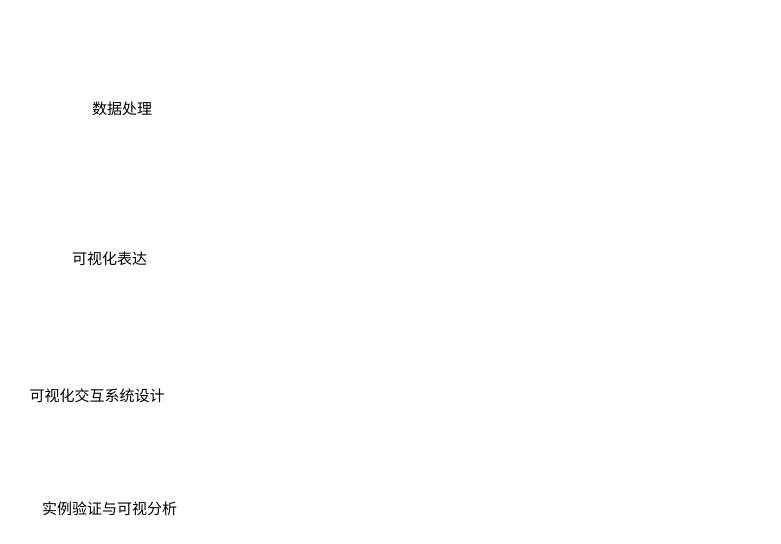
The draw.io diagram Papers/Untitled Diagram.drawio in susanteen/BIGChongloumengVIS, before the edit. Source tidied: cells renumbered, new cells numbered last; positions are measured from the earlier drawing's top-left corner, leaving out a move shared by most shapes. Both pictures are drawn from the tidied source at 125%, with x=0, y=0 at pixel (21, 96).
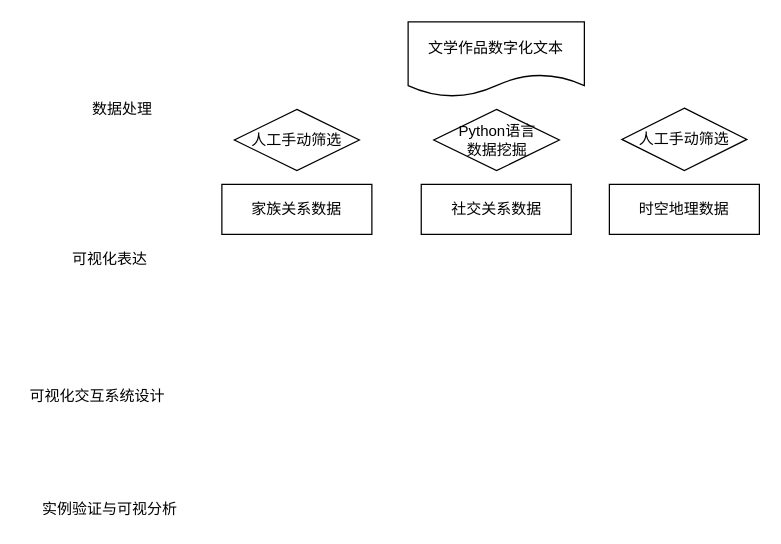
The same diagram, later.

Commit message:
Data processing

Diff of the diagram source:
```diff
@@
 <mxGraphModel>
   <root>
     <mxCell id="0" />
     <mxCell id="1" parent="0" />
     <mxCell id="2" value="数据处理" style="text;html=1;align=center;verticalAlign=middle;strokeColor=none;fillColor=none;" parent="1" vertex="1">
       <mxGeometry x="50" width="60" height="20" as="geometry" />
     </mxCell>
     <mxCell id="3" value="可视化表达" style="text;html=1;align=center;verticalAlign=middle;strokeColor=none;fillColor=none;" parent="1" vertex="1">
       <mxGeometry x="30" y="120" width="80" height="20" as="geometry" />
     </mxCell>
     <mxCell id="4" value="可视化交互系统设计" style="text;html=1;align=center;verticalAlign=middle;strokeColor=none;fillColor=none;" parent="1" vertex="1">
       <mxGeometry y="230" width="120" height="20" as="geometry" />
     </mxCell>
     <mxCell id="5" value="实例验证与可视分析" style="text;html=1;align=center;verticalAlign=middle;strokeColor=none;fillColor=none;" parent="1" vertex="1">
       <mxGeometry x="10" y="320" width="120" height="20" as="geometry" />
     </mxCell>
+    <mxCell id="6" value="文学作品数字化文本" style="shape=document;whiteSpace=wrap;html=1;boundedLbl=1;" parent="1" vertex="1">
+      <mxGeometry x="309" y="-60" width="141" height="60" as="geometry" />
+    </mxCell>
+    <mxCell id="7" value="社交关系数据" style="rounded=0;whiteSpace=wrap;html=1;" parent="1" vertex="1">
+      <mxGeometry x="319.5" y="70" width="120" height="40" as="geometry" />
+    </mxCell>
+    <mxCell id="8" value="家族关系数据" style="rounded=0;whiteSpace=wrap;html=1;" parent="1" vertex="1">
+      <mxGeometry x="160" y="70" width="120" height="40" as="geometry" />
+    </mxCell>
+    <mxCell id="9" value="时空地理数据" style="rounded=0;whiteSpace=wrap;html=1;" parent="1" vertex="1">
+      <mxGeometry x="470" y="70" width="120" height="40" as="geometry" />
+    </mxCell>
+    <mxCell id="10" value="人工手动筛选" style="rhombus;whiteSpace=wrap;html=1;" parent="1" vertex="1">
+      <mxGeometry x="170" y="10" width="100" height="49" as="geometry" />
+    </mxCell>
+    <mxCell id="11" value="Python语言&lt;br&gt;数据挖掘" style="rhombus;whiteSpace=wrap;html=1;" parent="1" vertex="1">
+      <mxGeometry x="329.5" y="10" width="100.5" height="49" as="geometry" />
+    </mxCell>
+    <mxCell id="12" value="人工手动筛选" style="rhombus;whiteSpace=wrap;html=1;" parent="1" vertex="1">
+      <mxGeometry x="480" y="9" width="100" height="50" as="geometry" />
+    </mxCell>
   </root>
 </mxGraphModel>
```
